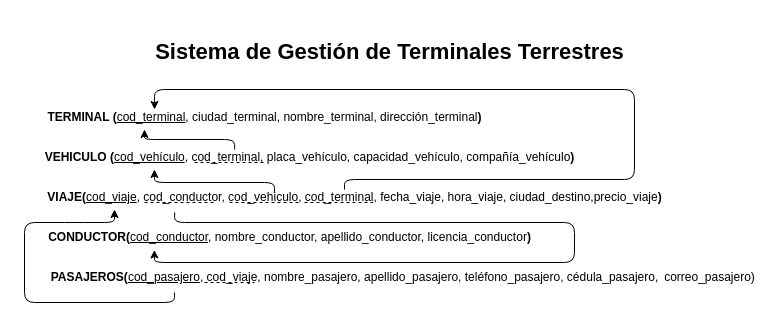
Earlier version of the draw.io diagram grafo.drawio (Vladimirjon/Proyecto_BDD). Source tidied: cells renumbered, new cells numbered last; positions are measured from the earlier drawing's top-left corner, leaving out a move shared by most shapes. Both pictures are drawn from the tidied source at 100%, with x=0, y=0 at pixel (24, 17).
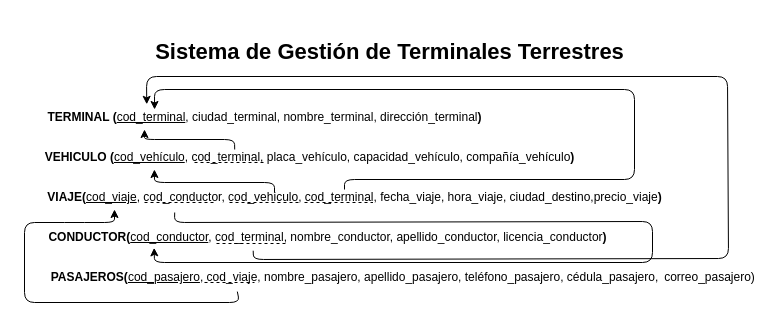
After the change.

Commit message (it also covers changes not shown here):
cambio grafo, added procedimientos almacenados y vista ibarra

Unchanged cells that the change refers to:
```xml
<mxCell id="2" value="&lt;b&gt;TERMINAL (&lt;/b&gt;&lt;u&gt;cod_terminal&lt;/u&gt;, ciudad_terminal, nombre_terminal, dirección_terminal&lt;b&gt;)&lt;/b&gt;" style="text;html=1;align=center;verticalAlign=middle;points=[];strokeColor=none;fillColor=none;" parent="1" vertex="1">
  <mxGeometry x="10" y="85" width="460" height="30" as="geometry" />
</mxCell>
<mxCell id="6" value="&lt;b&gt;PASAJEROS(&lt;/b&gt;&lt;u&gt;cod_pasajero&lt;/u&gt;, cod_viaje, nombre_pasajero, apellido&lt;span style=&quot;color: rgb(0, 0, 0);&quot;&gt;_pasajero,&amp;nbsp;&lt;/span&gt;&lt;span style=&quot;color: rgb(0, 0, 0); text-wrap-mode: wrap;&quot;&gt;teléfono_pasajero,&amp;nbsp;&lt;/span&gt;&lt;span style=&quot;color: rgb(0, 0, 0); text-wrap-mode: wrap;&quot;&gt;cédula_pasajero,&lt;/span&gt;" style="text;html=1;align=center;verticalAlign=middle;points=[];strokeColor=none;fillColor=none;" parent="1" vertex="1">
  <mxGeometry x="15" y="245" width="630" height="30" as="geometry" />
</mxCell>
```

Diff of the diagram source:
```diff
@@
-    <mxCell id="5" value="&lt;b&gt;CONDUCTOR(&lt;/b&gt;&lt;u&gt;cod_conductor&lt;/u&gt;, nombre_conductor, apellido&lt;span style=&quot;color: rgb(0, 0, 0);&quot;&gt;_conductor&lt;/span&gt;, licencia_conductor&lt;b&gt;)&lt;/b&gt;" style="text;html=1;align=center;verticalAlign=middle;points=[];strokeColor=none;fillColor=none;" parent="1" vertex="1">
-      <mxGeometry x="10" y="205" width="510" height="30" as="geometry" />
+    <mxCell id="5" value="&lt;b&gt;CONDUCTOR(&lt;/b&gt;&lt;u&gt;cod_conductor&lt;/u&gt;, cod_terminal, nombre_conductor, apellido&lt;span style=&quot;color: rgb(0, 0, 0);&quot;&gt;_conductor&lt;/span&gt;, licencia_conductor&lt;b&gt;)&lt;/b&gt;" style="text;html=1;align=center;verticalAlign=middle;points=[];strokeColor=none;fillColor=none;" parent="1" vertex="1">
+      <mxGeometry x="15" y="207" width="576" height="26" as="geometry" />
     </mxCell>
@@
-    <mxCell id="14" style="endArrow=classic;html=1;" parent="1" edge="1">
+    <mxCell id="14" style="endArrow=classic;html=1;exitX=0.314;exitY=0.97;exitDx=0;exitDy=0;exitPerimeter=0;" parent="1" edge="1" source="6">
       <mxGeometry relative="1" as="geometry">
-        <mxPoint x="150" y="275" as="sourcePoint" />
         <mxPoint x="90" y="192" as="targetPoint" />
         <Array as="points">
-          <mxPoint x="150" y="285" />
+          <mxPoint x="215" y="285" />
           <mxPoint y="285" />
           <mxPoint y="205" />
           <mxPoint x="50" y="205" />
           <mxPoint x="90" y="205" />
         </Array>
       </mxGeometry>
     </mxCell>
-    <mxCell id="15" style="endArrow=classic;html=1;exitX=0.219;exitY=0.9;exitDx=0;exitDy=0;exitPerimeter=0;entryX=0.235;entryY=0.915;entryDx=0;entryDy=0;entryPerimeter=0;" parent="1" edge="1" target="5">
+    <mxCell id="15" style="endArrow=classic;html=1;exitX=0.219;exitY=0.9;exitDx=0;exitDy=0;exitPerimeter=0;entryX=0.199;entryY=0.898;entryDx=0;entryDy=0;entryPerimeter=0;" parent="1" edge="1" target="5">
       <mxGeometry relative="1" as="geometry">
         <mxPoint x="150.2" y="195" as="sourcePoint" />
         <Array as="points">
           <mxPoint x="150" y="205" />
-          <mxPoint x="550" y="205" />
-          <mxPoint x="550" y="245" />
+          <mxPoint x="628" y="204" />
+          <mxPoint x="628" y="245" />
           <mxPoint x="130" y="245" />
         </Array>
       </mxGeometry>
     </mxCell>
@@
+    <mxCell id="19" style="endArrow=none;dashed=1;html=1;entryX=0.427;entryY=0.731;entryDx=0;entryDy=0;entryPerimeter=0;" parent="1" edge="1" target="5">
+      <mxGeometry relative="1" as="geometry">
+        <mxPoint x="192" y="226" as="sourcePoint" />
+      </mxGeometry>
+    </mxCell>
+    <mxCell id="20" style="endArrow=classic;html=1;exitX=0.371;exitY=1.008;exitDx=0;exitDy=0;exitPerimeter=0;entryX=0.244;entryY=0.06;entryDx=0;entryDy=0;entryPerimeter=0;" parent="1" edge="1" source="5" target="2">
+      <mxGeometry relative="1" as="geometry">
+        <Array as="points">
+          <mxPoint x="229" y="242" />
+          <mxPoint x="704" y="241" />
+          <mxPoint x="703" y="59" />
+          <mxPoint x="122" y="59" />
+        </Array>
+      </mxGeometry>
+    </mxCell>
```
